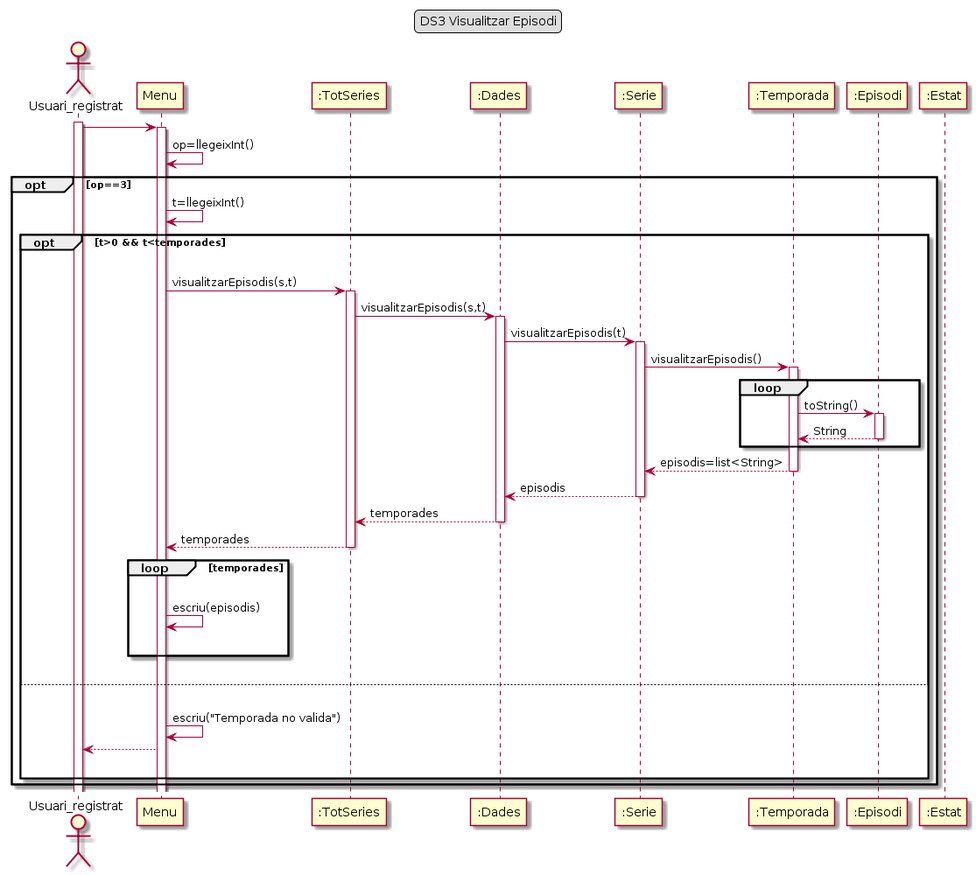
Above: Lab5/GrupA_BergantiñosAngelDiazFranciscoL1b/DS/DS3_2.png in Ralleg314/DS (PlantUML), before the change. The source it was exported from:
```plantuml
@startuml
legend top
    DS3 Visualitzar Episodi
end legend

actor Usuari_registrat as usuari
activate usuari

participant "Menu" as menu
participant ":TotSeries" as TS
participant ":Dades" as dades
participant ":Serie" as serie
participant ":Temporada" as temp
participant ":Episodi" as episodi
participant ":Estat" as estat

usuari -> menu
activate menu
menu -> menu : op=llegeixInt()
opt op==3


    menu -> menu: t=llegeixInt()
    opt t>0 && t<temporades
        |||
        menu-> TS: visualitzarEpisodis(s,t)
        activate TS
        TS -> dades :visualitzarEpisodis(s,t)
        activate dades
        dades->serie: visualitzarEpisodis(t)
        activate serie
        serie->temp: visualitzarEpisodis()
        activate temp
        loop
            temp-> episodi: toString()
            activate episodi
            episodi---> temp: String
            deactivate episodi
        end
        temp ---> serie: episodis=list<String>
        deactivate temp
        serie---> dades: episodis
        deactivate serie
        dades---> TS : temporades
        deactivate dades
        TS ---> menu: temporades
        deactivate TS
        loop temporades
            |||
            menu->menu: escriu(episodis)
            |||
        end
        |||
    else
        |||
        menu->menu: escriu("Temporada no valida")
        menu--->usuari
        |||
    end


end
@enduml
```
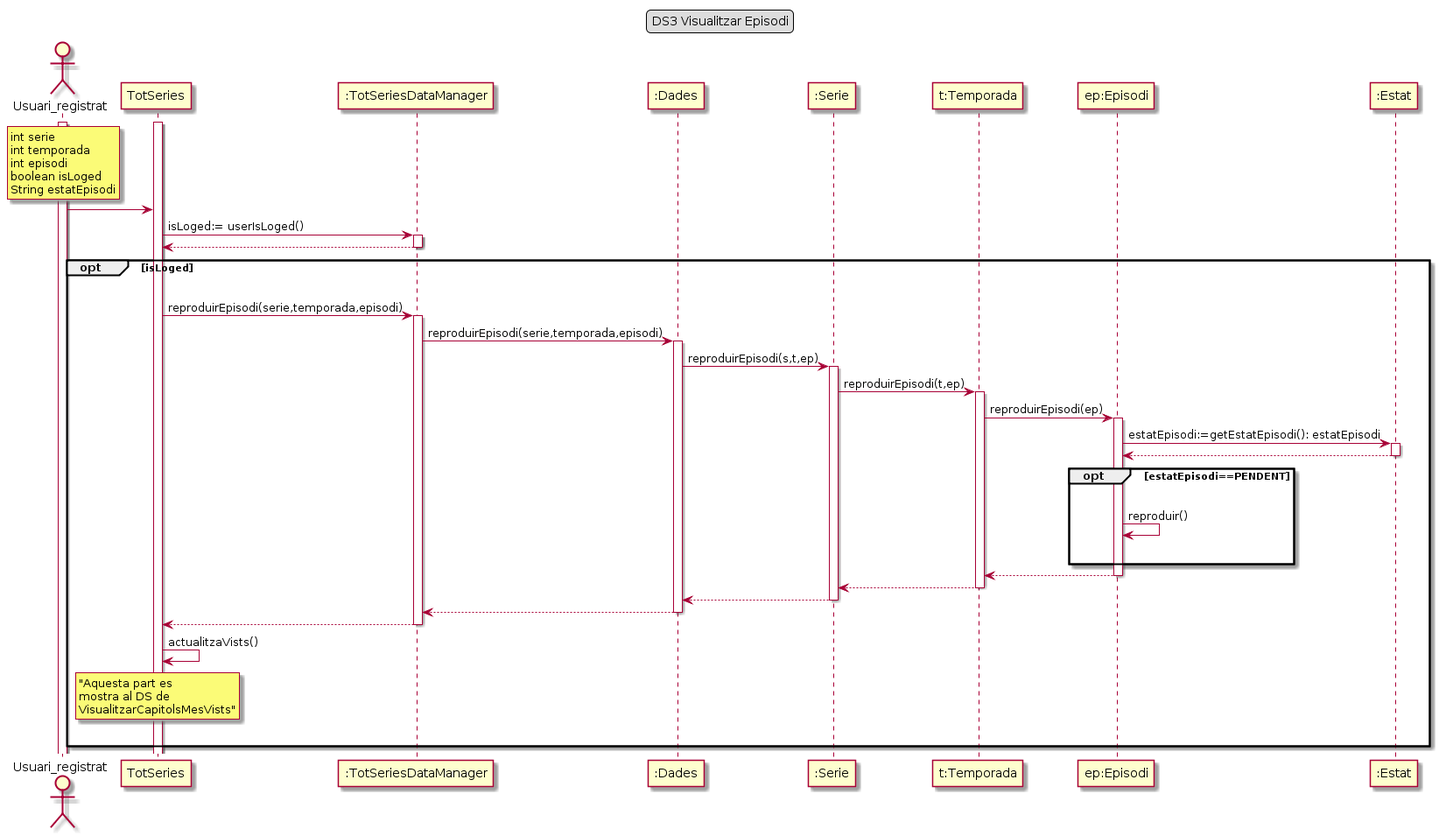
Above is the later version.

The edit, as a diff of the source:
```diff
@@ -5,59 +5,66 @@
 
 actor Usuari_registrat as usuari
 activate usuari
+rnote over usuari
+    int serie
+    int temporada
+    int episodi
+    boolean isLoged
+    String estatEpisodi
+end rnote
 
-participant "Menu" as menu
-participant ":TotSeries" as TS
+participant "TotSeries" as menu
+participant ":TotSeriesDataManager" as TS
 participant ":Dades" as dades
 participant ":Serie" as serie
-participant ":Temporada" as temp
-participant ":Episodi" as episodi
+participant "t:Temporada" as temp
+participant "ep:Episodi" as episodi
 participant ":Estat" as estat
 
+activate menu
 usuari -> menu
-activate menu
-menu -> menu : op=llegeixInt()
-opt op==3
 
-
-    menu -> menu: t=llegeixInt()
-    opt t>0 && t<temporades
+menu->TS :isLoged:= userIsLoged()
+activate TS
+TS-->menu
+deactivate TS
+opt isLoged
+    |||
+    menu ->TS :reproduirEpisodi(serie,temporada,episodi)
+    activate TS
+    TS->dades:reproduirEpisodi(serie,temporada,episodi)
+    activate dades
+    dades -> serie: reproduirEpisodi(s,t,ep)
+    activate serie
+    serie->temp: reproduirEpisodi(t,ep)
+    activate temp
+    temp->episodi: reproduirEpisodi(ep)
+    activate episodi
+    episodi -> estat: estatEpisodi:=getEstatEpisodi(): estatEpisodi
+    activate estat
+    estat --> episodi
+    deactivate estat
+    opt estatEpisodi==PENDENT
         |||
-        menu-> TS: visualitzarEpisodis(s,t)
-        activate TS
-        TS -> dades :visualitzarEpisodis(s,t)
-        activate dades
-        dades->serie: visualitzarEpisodis(t)
-        activate serie
-        serie->temp: visualitzarEpisodis()
-        activate temp
-        loop
-            temp-> episodi: toString()
-            activate episodi
-            episodi---> temp: String
-            deactivate episodi
-        end
-        temp ---> serie: episodis=list<String>
-        deactivate temp
-        serie---> dades: episodis
-        deactivate serie
-        dades---> TS : temporades
-        deactivate dades
-        TS ---> menu: temporades
-        deactivate TS
-        loop temporades
-            |||
-            menu->menu: escriu(episodis)
-            |||
-        end
-        |||
-    else
-        |||
-        menu->menu: escriu("Temporada no valida")
-        menu--->usuari
+        episodi ->episodi: reproduir()
         |||
     end
-
-
+    episodi --->temp
+    deactivate episodi
+    temp ---> serie
+    deactivate temp
+    serie---> dades
+    deactivate serie
+    dades---> TS
+    deactivate dades
+    TS ---> menu
+    deactivate TS
+    menu -> menu : actualitzaVists()
+    rnote over menu
+        "Aquesta part es
+        mostra al DS de
+        VisualitzarCapitolsMesVists"
+    end rnote
+    |||
 end
 @enduml
```
